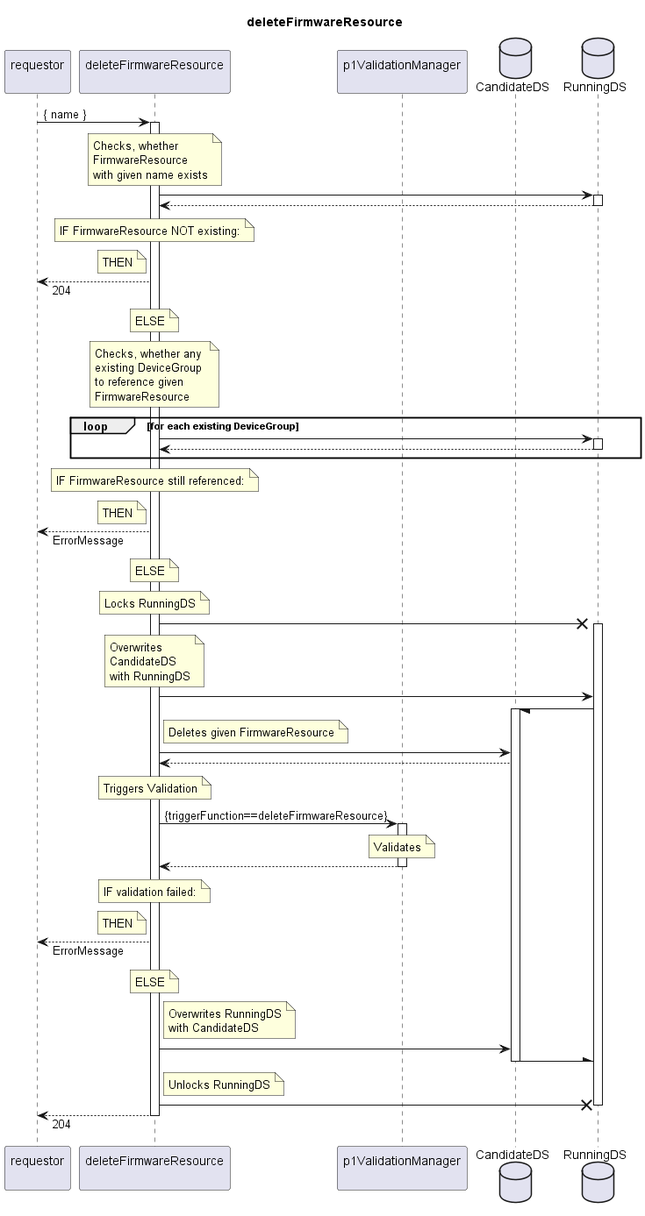
Earlier version of the PlantUML export spec/Services/deleteFirmwareResource/1.0.0/deleteFirmwareResource.png (openBackhaul/FirmWareManager). Its diagram source:
```plantuml
@startuml deleteFirmwareResource
skinparam responseMessageBelowArrow true

title
  deleteFirmwareResource
end title

participant "requestor\n" as requestor
participant "deleteFirmwareResource\n" as delServer
participant "p1ValidationManager\n" as valiMan
database "CandidateDS" as CanDS
database "RunningDS" as RunDS

requestor -> delServer: { name }
activate delServer

  note over delServer
    Checks, whether
    FirmwareResource
    with given name exists
  end note
  delServer -> RunDS
  activate RunDS
  delServer <-- RunDS
  deactivate RunDS
  note over delServer
    IF FirmwareResource NOT existing:
  end note
  note left delServer
    THEN
  end note
  requestor <-- delServer: 204
  note over delServer
    ELSE
  end note

  note over delServer
    Checks, whether any
    existing DeviceGroup
    to reference given
    FirmwareResource
  end note
  loop for each existing DeviceGroup
    delServer -> RunDS
    activate RunDS
    delServer <-- RunDS
    deactivate RunDS
  end loop
  note over delServer
    IF FirmwareResource still referenced:
  end note
  note left delServer
    THEN
  end note
  requestor <-- delServer: ErrorMessage
  note over delServer
    ELSE
  end note

  note over delServer
    Locks RunningDS
  end note
  delServer -X RunDS
  activate RunDS

  note over delServer
    Overwrites
    CandidateDS
    with RunningDS
  end note
  delServer -> RunDS
  RunDS -/ CanDS
  activate CanDS

  note right delServer
    Deletes given FirmwareResource
  end note
  delServer -> CanDS
  delServer <-- CanDS

  note over delServer
    Triggers Validation
  end note
  delServer -> valiMan: {triggerFunction==deleteFirmwareResource}
  activate valiMan
    note over valiMan
      Validates
    end note
  delServer <-- valiMan
  deactivate valiMan
  note over delServer
    IF validation failed:
  end note
  note left delServer
    THEN
  end note
  requestor <-- delServer: ErrorMessage
  note over delServer
    ELSE
  end note

  note right delServer
    Overwrites RunningDS
    with CandidateDS
  end note
  delServer -> CanDS
  CanDS -\ RunDS
  deactivate CanDS

  note right delServer
    Unlocks RunningDS
  end note
  delServer -X RunDS
  deactivate RunDS

  requestor <-- delServer: 204

deactivate delServer

@enduml
```
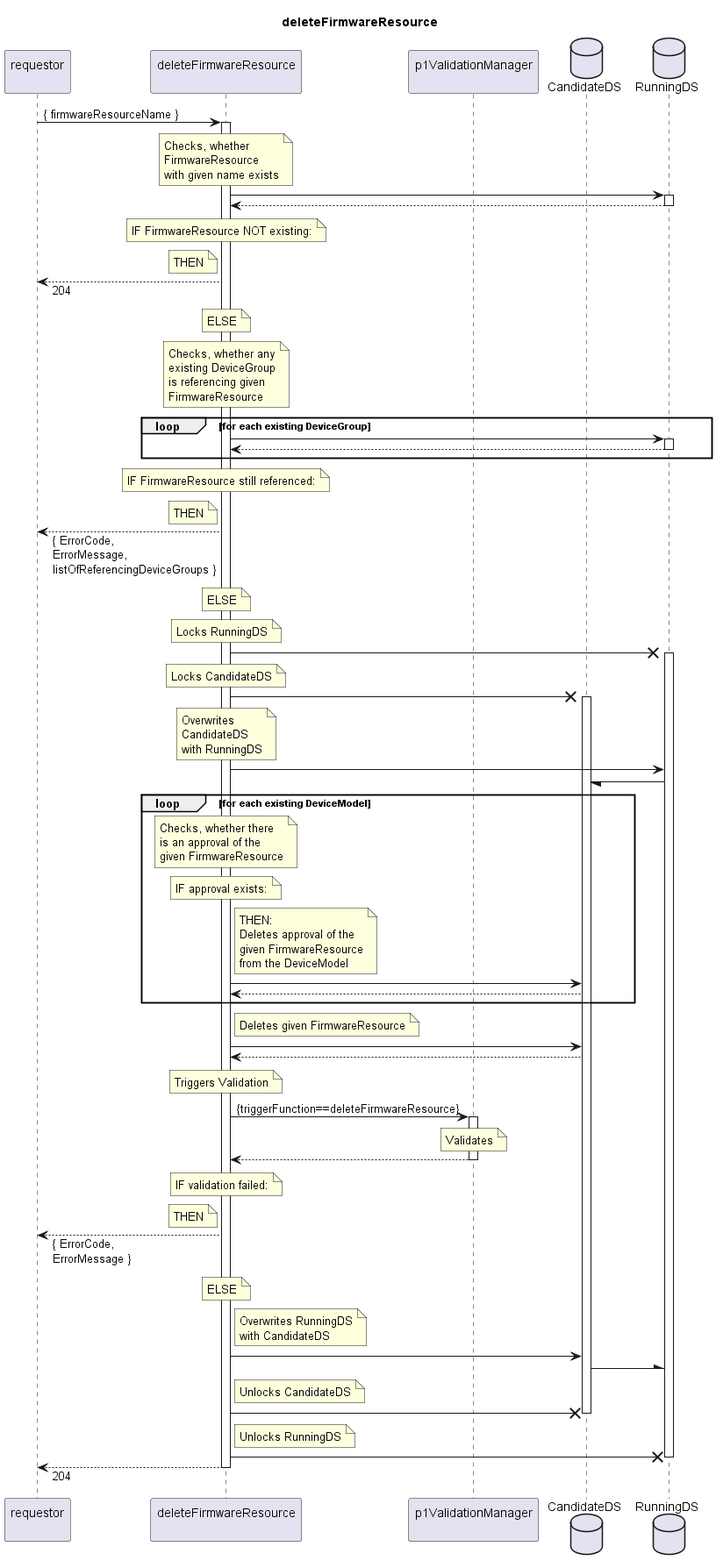
The same diagram one commit later.

Diff of the diagram source:
```diff
@@ -11,7 +11,7 @@
 database "CandidateDS" as CanDS
 database "RunningDS" as RunDS
 
-requestor -> delServer: { name }
+requestor -> delServer: { firmwareResourceName }
 activate delServer
 
   note over delServer
@@ -37,7 +37,7 @@
   note over delServer
     Checks, whether any
     existing DeviceGroup
-    to reference given
+    is referencing given
     FirmwareResource
   end note
   loop for each existing DeviceGroup
@@ -52,7 +52,7 @@
   note left delServer
     THEN
   end note
-  requestor <-- delServer: ErrorMessage
+  requestor <-- delServer: { ErrorCode,\nErrorMessage,\nlistOfReferencingDeviceGroups }
   note over delServer
     ELSE
   end note
@@ -62,7 +62,11 @@
   end note
   delServer -X RunDS
   activate RunDS
-
+  note over delServer
+    Locks CandidateDS
+  end note
+  delServer -X CanDS
+  activate CanDS
   note over delServer
     Overwrites
     CandidateDS
@@ -70,7 +74,25 @@
   end note
   delServer -> RunDS
   RunDS -/ CanDS
-  activate CanDS
+
+  loop for each existing DeviceModel
+    note over delServer
+      Checks, whether there
+      is an approval of the
+      given FirmwareResource
+    end note
+    note over delServer
+      IF approval exists:
+    end note
+    note right delServer
+      THEN:
+      Deletes approval of the
+      given FirmwareResource
+      from the DeviceModel
+    end note
+    delServer -> CanDS
+    delServer <-- CanDS
+  end loop
 
   note right delServer
     Deletes given FirmwareResource
@@ -94,7 +116,7 @@
   note left delServer
     THEN
   end note
-  requestor <-- delServer: ErrorMessage
+  requestor <-- delServer: { ErrorCode,\nErrorMessage }
   note over delServer
     ELSE
   end note
@@ -105,8 +127,11 @@
   end note
   delServer -> CanDS
   CanDS -\ RunDS
+  note right delServer
+    Unlocks CandidateDS
+  end note
+  delServer -X CanDS
   deactivate CanDS
-
   note right delServer
     Unlocks RunningDS
   end note
```
